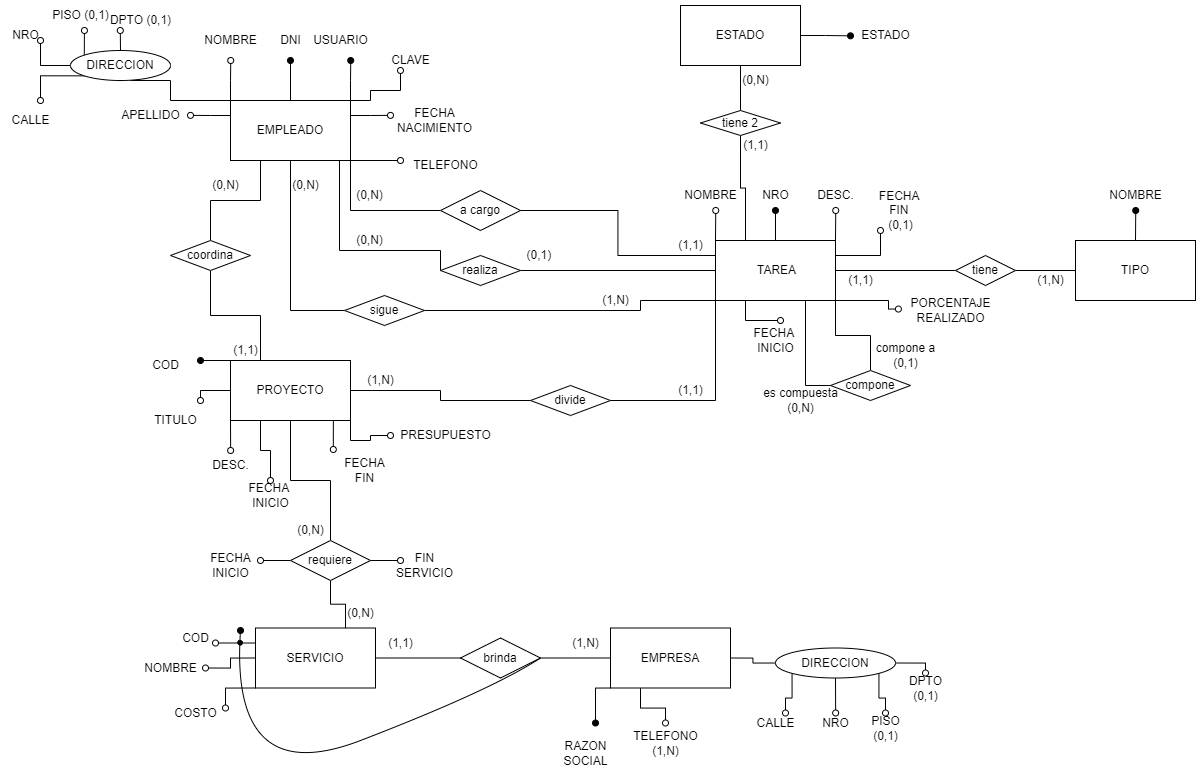
This is PRACTICA 2/Parte1/Ejercicio10/Ejercicio10-conceptual.png from agusrnfr/DBD, a draw.io export, as it was before one commit. Source tidied: cells renumbered, new cells last; positions are measured from the earlier drawing's top-left corner, leaving out a move shared by most shapes.
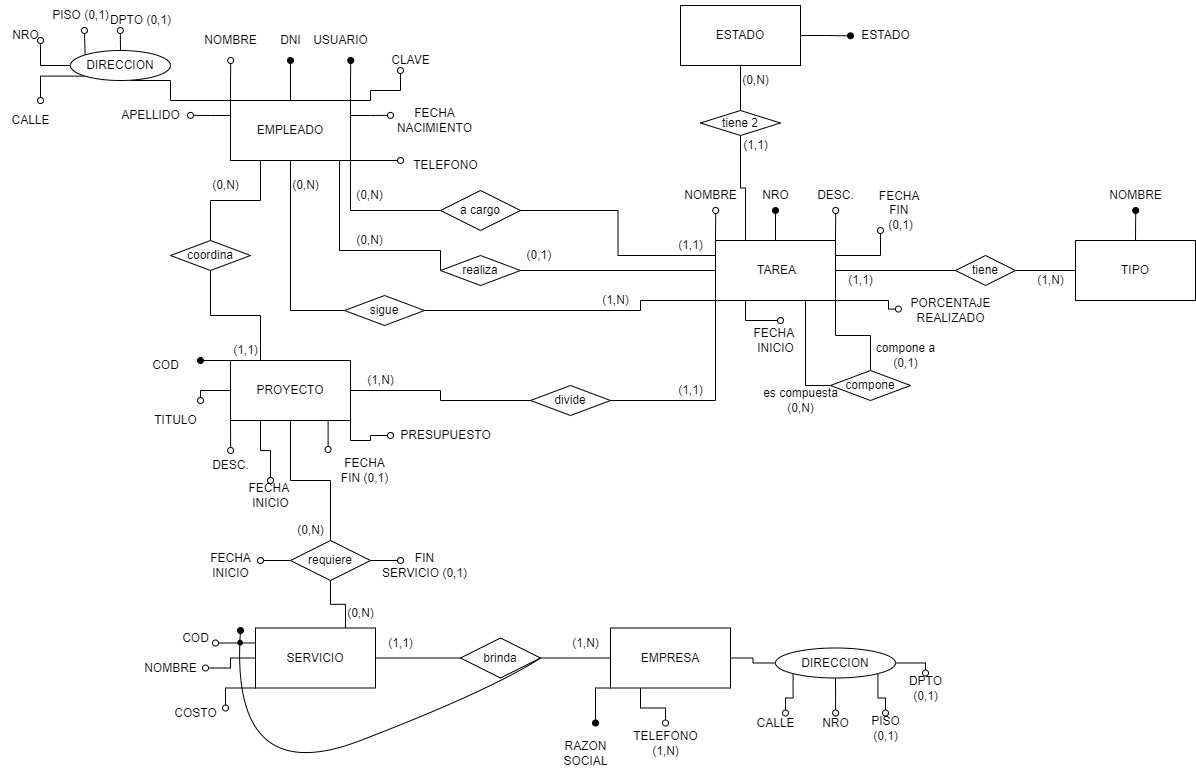
After the change.

Commit message:
ejercicio 9 y 10 fisicos

Change to the diagram source:
```diff
@@ -247,8 +247,8 @@
     <mxCell id="57" value="FECHA &lt;br&gt;INICIO" style="text;html=1;align=center;verticalAlign=middle;strokeColor=none;fillColor=none;" parent="1" vertex="1">
       <mxGeometry x="240" y="475" width="60" height="40" as="geometry" />
     </mxCell>
-    <mxCell id="58" value="FECHA&lt;br&gt;FIN" style="text;html=1;align=center;verticalAlign=middle;points=[];strokeColor=none;fillColor=none;" parent="1" vertex="1">
-      <mxGeometry x="334" y="450" width="60" height="40" as="geometry" />
+    <mxCell id="58" value="FECHA&lt;br&gt;FIN (0,1)" style="text;html=1;align=center;verticalAlign=middle;points=[];strokeColor=none;fillColor=none;" parent="1" vertex="1">
+      <mxGeometry x="329" y="450" width="70" height="40" as="geometry" />
     </mxCell>
     <mxCell id="59" value="PRESUPUESTO" style="text;html=1;align=center;verticalAlign=middle;points=[];strokeColor=none;fillColor=none;" parent="1" vertex="1">
       <mxGeometry x="390" y="420" width="110" height="30" as="geometry" />
@@ -513,8 +513,8 @@
     <mxCell id="135" value="FECHA&lt;br&gt;INICIO" style="text;html=1;align=center;verticalAlign=middle;strokeColor=none;fillColor=none;" parent="1" vertex="1">
       <mxGeometry x="200" y="545" width="60" height="40" as="geometry" />
     </mxCell>
-    <mxCell id="136" value="FIN&lt;br&gt;SERVICIO" style="text;html=1;align=center;verticalAlign=middle;strokeColor=none;fillColor=none;" parent="1" vertex="1">
-      <mxGeometry x="384" y="545" width="80" height="40" as="geometry" />
+    <mxCell id="136" value="FIN&lt;br&gt;SERVICIO (0,1)" style="text;html=1;align=center;verticalAlign=middle;strokeColor=none;fillColor=none;" parent="1" vertex="1">
+      <mxGeometry x="369" y="545" width="110" height="40" as="geometry" />
     </mxCell>
   </root>
 </mxGraphModel>
```
